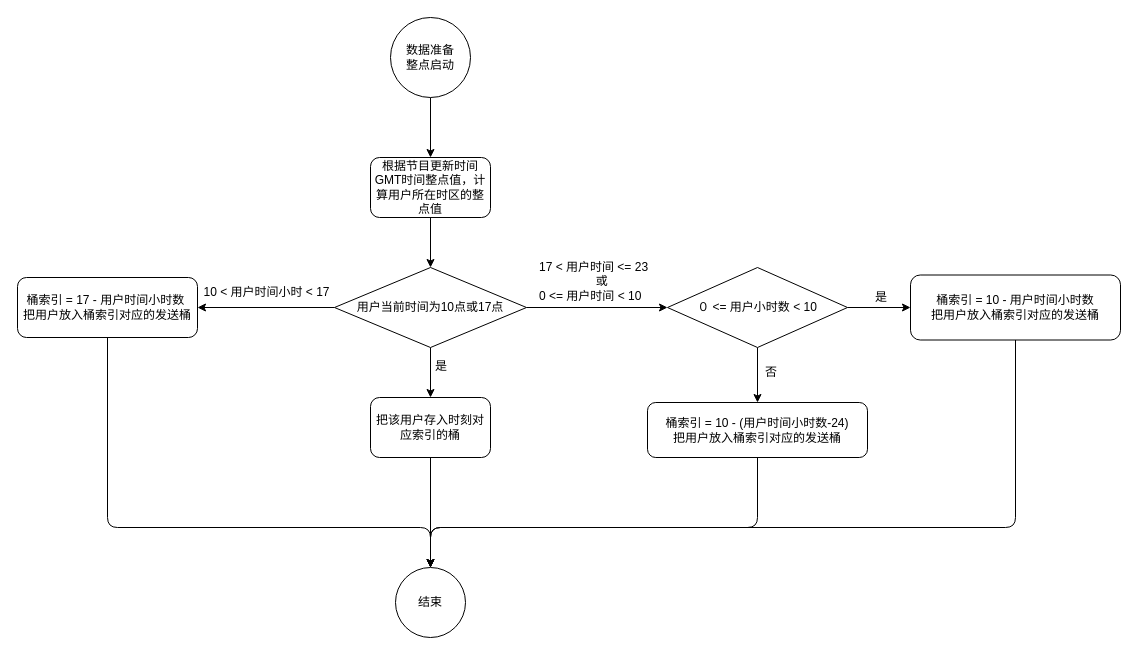
The draw.io diagram 时区计算流程.drawio in xfbxag/weijia, before the edit. Source tidied: cells renumbered, new cells numbered last; positions are measured from the earlier drawing's top-left corner, leaving out a move shared by most shapes. Both pictures are drawn from the tidied source at 100%, with x=0, y=0 at pixel (17, 17).
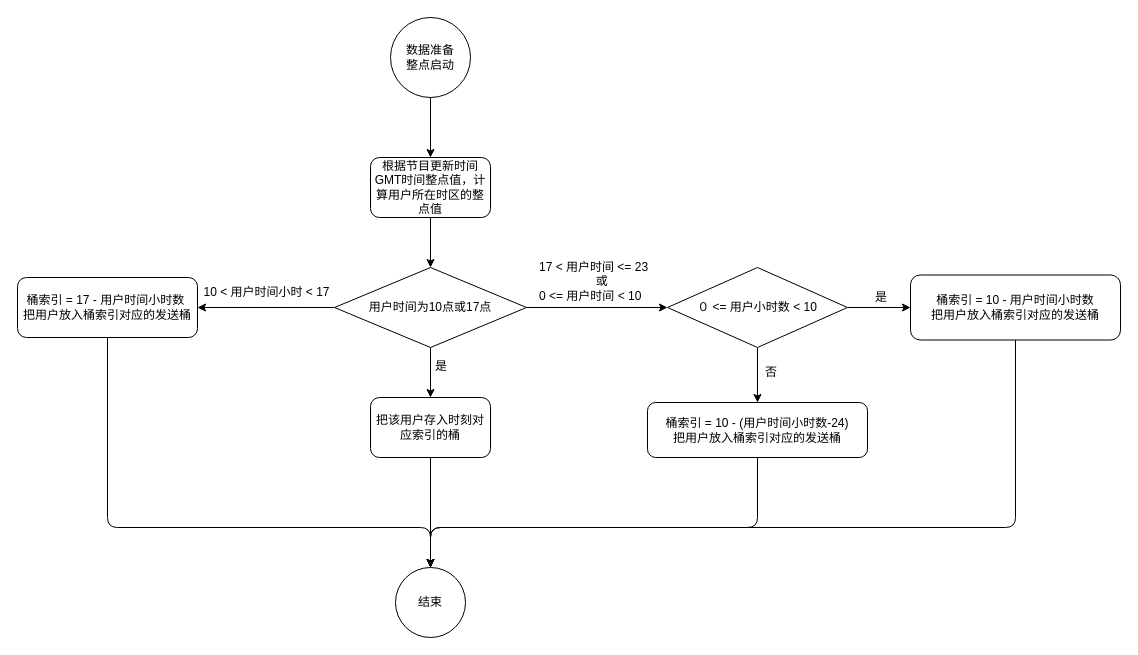
The same page after the edit.

Commit message:
Update 时区计算流程.drawio

Diff of the diagram source:
```diff
@@
-    <mxCell id="8" value="用户当前时间为10点或17点" style="rhombus;whiteSpace=wrap;html=1;" parent="1" vertex="1">
+    <mxCell id="8" value="用户时间为10点或17点" style="rhombus;whiteSpace=wrap;html=1;" parent="1" vertex="1">
       <mxGeometry x="317" y="250" width="192" height="80" as="geometry" />
     </mxCell>
```
